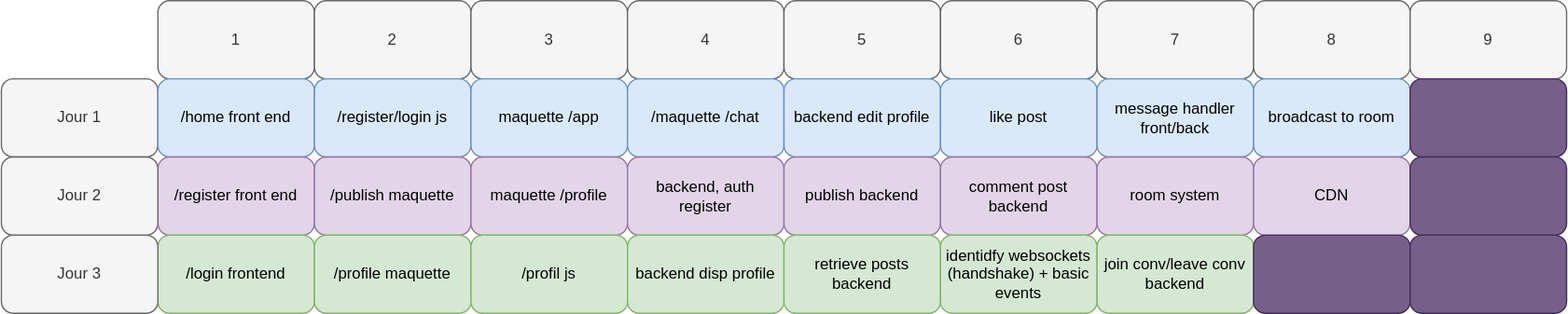
Earlier version of the draw.io export planning.svg (UchatOrg/guideline). Source tidied: cells renumbered, new cells last; positions are measured from the earlier drawing's top-left corner, leaving out a move shared by most shapes.
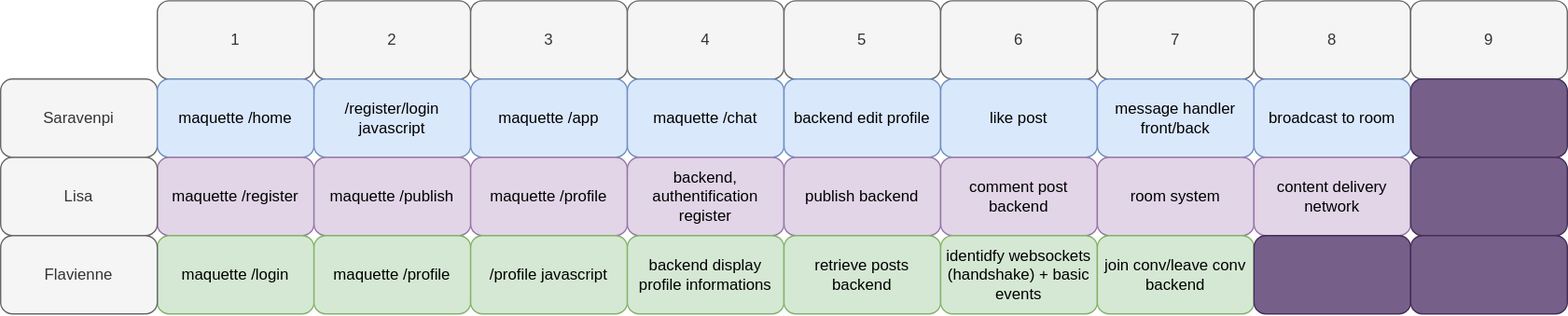
After the commit.

Change to the diagram source:
```diff
@@ -17,58 +17,58 @@
     <mxCell id="6" value="5" style="rounded=1;whiteSpace=wrap;html=1;fillColor=#f5f5f5;strokeColor=#666666;fontColor=#333333;" parent="1" vertex="1">
       <mxGeometry x="600" width="120" height="60" as="geometry" />
     </mxCell>
-    <mxCell id="7" value="Jour 1" style="rounded=1;whiteSpace=wrap;html=1;fillColor=#f5f5f5;strokeColor=#666666;fontColor=#333333;" parent="1" vertex="1">
+    <mxCell id="7" value="Saravenpi" style="rounded=1;whiteSpace=wrap;html=1;fillColor=#f5f5f5;strokeColor=#666666;fontColor=#333333;" parent="1" vertex="1">
       <mxGeometry y="60" width="120" height="60" as="geometry" />
     </mxCell>
-    <mxCell id="8" value="/home front end" style="rounded=1;whiteSpace=wrap;html=1;fillColor=#dae8fc;strokeColor=#6c8ebf;" parent="1" vertex="1">
+    <mxCell id="8" value="maquette /home" style="rounded=1;whiteSpace=wrap;html=1;fillColor=#dae8fc;strokeColor=#6c8ebf;" parent="1" vertex="1">
       <mxGeometry x="120" y="60" width="120" height="60" as="geometry" />
     </mxCell>
-    <mxCell id="9" value="/register/login js" style="rounded=1;whiteSpace=wrap;html=1;fillColor=#dae8fc;strokeColor=#6c8ebf;" parent="1" vertex="1">
+    <mxCell id="9" value="/register/login javascript" style="rounded=1;whiteSpace=wrap;html=1;fillColor=#dae8fc;strokeColor=#6c8ebf;" parent="1" vertex="1">
       <mxGeometry x="240" y="60" width="120" height="60" as="geometry" />
     </mxCell>
     <mxCell id="10" value="maquette /app" style="rounded=1;whiteSpace=wrap;html=1;fillColor=#dae8fc;strokeColor=#6c8ebf;" parent="1" vertex="1">
       <mxGeometry x="360" y="60" width="120" height="60" as="geometry" />
     </mxCell>
-    <mxCell id="11" value="/maquette /chat" style="rounded=1;whiteSpace=wrap;html=1;fillColor=#dae8fc;strokeColor=#6c8ebf;" parent="1" vertex="1">
+    <mxCell id="11" value="maquette /chat" style="rounded=1;whiteSpace=wrap;html=1;fillColor=#dae8fc;strokeColor=#6c8ebf;" parent="1" vertex="1">
       <mxGeometry x="480" y="60" width="120" height="60" as="geometry" />
     </mxCell>
-    <mxCell id="12" value="/register front end" style="rounded=1;whiteSpace=wrap;html=1;fillColor=#e1d5e7;strokeColor=#9673a6;" parent="1" vertex="1">
+    <mxCell id="12" value="maquette /register" style="rounded=1;whiteSpace=wrap;html=1;fillColor=#e1d5e7;strokeColor=#9673a6;" parent="1" vertex="1">
       <mxGeometry x="120" y="120" width="120" height="60" as="geometry" />
     </mxCell>
-    <mxCell id="13" value="/publish maquette" style="rounded=1;whiteSpace=wrap;html=1;fillColor=#e1d5e7;strokeColor=#9673a6;" parent="1" vertex="1">
+    <mxCell id="13" value="maquette /publish" style="rounded=1;whiteSpace=wrap;html=1;fillColor=#e1d5e7;strokeColor=#9673a6;" parent="1" vertex="1">
       <mxGeometry x="240" y="120" width="120" height="60" as="geometry" />
     </mxCell>
-    <mxCell id="14" value="/login frontend" style="rounded=1;whiteSpace=wrap;html=1;fillColor=#d5e8d4;strokeColor=#82b366;" parent="1" vertex="1">
+    <mxCell id="14" value="maquette /login" style="rounded=1;whiteSpace=wrap;html=1;fillColor=#d5e8d4;strokeColor=#82b366;" parent="1" vertex="1">
       <mxGeometry x="120" y="180" width="120" height="60" as="geometry" />
     </mxCell>
-    <mxCell id="15" value="/profile maquette" style="rounded=1;whiteSpace=wrap;html=1;fillColor=#d5e8d4;strokeColor=#82b366;" parent="1" vertex="1">
+    <mxCell id="15" value="maquette /profile" style="rounded=1;whiteSpace=wrap;html=1;fillColor=#d5e8d4;strokeColor=#82b366;" parent="1" vertex="1">
       <mxGeometry x="240" y="180" width="120" height="60" as="geometry" />
     </mxCell>
     <mxCell id="16" value="&lt;span style=&quot;font-family: &amp;#34;helvetica&amp;#34;&quot;&gt;backend edit profile&lt;/span&gt;" style="rounded=1;whiteSpace=wrap;html=1;fillColor=#dae8fc;strokeColor=#6c8ebf;" parent="1" vertex="1">
       <mxGeometry x="600" y="60" width="120" height="60" as="geometry" />
     </mxCell>
-    <mxCell id="17" value="Jour 2" style="rounded=1;whiteSpace=wrap;html=1;fillColor=#f5f5f5;strokeColor=#666666;fontColor=#333333;" parent="1" vertex="1">
+    <mxCell id="17" value="Lisa" style="rounded=1;whiteSpace=wrap;html=1;fillColor=#f5f5f5;strokeColor=#666666;fontColor=#333333;" parent="1" vertex="1">
       <mxGeometry y="120" width="120" height="60" as="geometry" />
     </mxCell>
     <mxCell id="18" value="maquette /profile" style="rounded=1;whiteSpace=wrap;html=1;fillColor=#e1d5e7;strokeColor=#9673a6;" parent="1" vertex="1">
       <mxGeometry x="360" y="120" width="120" height="60" as="geometry" />
     </mxCell>
-    <mxCell id="19" value="backend, auth register" style="rounded=1;whiteSpace=wrap;html=1;fillColor=#e1d5e7;strokeColor=#9673a6;" parent="1" vertex="1">
+    <mxCell id="19" value="backend, authentification register" style="rounded=1;whiteSpace=wrap;html=1;fillColor=#e1d5e7;strokeColor=#9673a6;" parent="1" vertex="1">
       <mxGeometry x="480" y="120" width="120" height="60" as="geometry" />
     </mxCell>
     <mxCell id="20" value="publish backend" style="rounded=1;whiteSpace=wrap;html=1;fillColor=#e1d5e7;strokeColor=#9673a6;" parent="1" vertex="1">
       <mxGeometry x="600" y="120" width="120" height="60" as="geometry" />
     </mxCell>
-    <mxCell id="21" value="/profil js" style="rounded=1;whiteSpace=wrap;html=1;fillColor=#d5e8d4;strokeColor=#82b366;" parent="1" vertex="1">
+    <mxCell id="21" value="/profile javascript" style="rounded=1;whiteSpace=wrap;html=1;fillColor=#d5e8d4;strokeColor=#82b366;" parent="1" vertex="1">
       <mxGeometry x="360" y="180" width="120" height="60" as="geometry" />
     </mxCell>
-    <mxCell id="22" value="backend disp profile" style="rounded=1;whiteSpace=wrap;html=1;fillColor=#d5e8d4;strokeColor=#82b366;" parent="1" vertex="1">
+    <mxCell id="22" value="backend display profile informations" style="rounded=1;whiteSpace=wrap;html=1;fillColor=#d5e8d4;strokeColor=#82b366;" parent="1" vertex="1">
       <mxGeometry x="480" y="180" width="120" height="60" as="geometry" />
     </mxCell>
     <mxCell id="23" value="retrieve posts backend" style="rounded=1;whiteSpace=wrap;html=1;fillColor=#d5e8d4;strokeColor=#82b366;" parent="1" vertex="1">
       <mxGeometry x="600" y="180" width="120" height="60" as="geometry" />
     </mxCell>
-    <mxCell id="24" value="Jour 3" style="rounded=1;whiteSpace=wrap;html=1;fillColor=#f5f5f5;strokeColor=#666666;fontColor=#333333;" parent="1" vertex="1">
+    <mxCell id="24" value="Flavienne" style="rounded=1;whiteSpace=wrap;html=1;fillColor=#f5f5f5;strokeColor=#666666;fontColor=#333333;" parent="1" vertex="1">
       <mxGeometry y="180" width="120" height="60" as="geometry" />
     </mxCell>
     <mxCell id="25" value="6" style="rounded=1;whiteSpace=wrap;html=1;fillColor=#f5f5f5;strokeColor=#666666;fontColor=#333333;" parent="1" vertex="1">
@@ -98,7 +98,7 @@
     <mxCell id="33" value="&lt;span&gt;room system&lt;/span&gt;" style="rounded=1;whiteSpace=wrap;html=1;fillColor=#e1d5e7;strokeColor=#9673a6;" parent="1" vertex="1">
       <mxGeometry x="840" y="120" width="120" height="60" as="geometry" />
     </mxCell>
-    <mxCell id="34" value="CDN" style="rounded=1;whiteSpace=wrap;html=1;fillColor=#e1d5e7;strokeColor=#9673a6;" parent="1" vertex="1">
+    <mxCell id="34" value="content delivery network" style="rounded=1;whiteSpace=wrap;html=1;fillColor=#e1d5e7;strokeColor=#9673a6;" parent="1" vertex="1">
       <mxGeometry x="960" y="120" width="120" height="60" as="geometry" />
     </mxCell>
     <mxCell id="35" value="&lt;span&gt;join conv/leave conv backend&lt;/span&gt;" style="rounded=1;whiteSpace=wrap;html=1;fillColor=#d5e8d4;strokeColor=#82b366;" parent="1" vertex="1">
```
